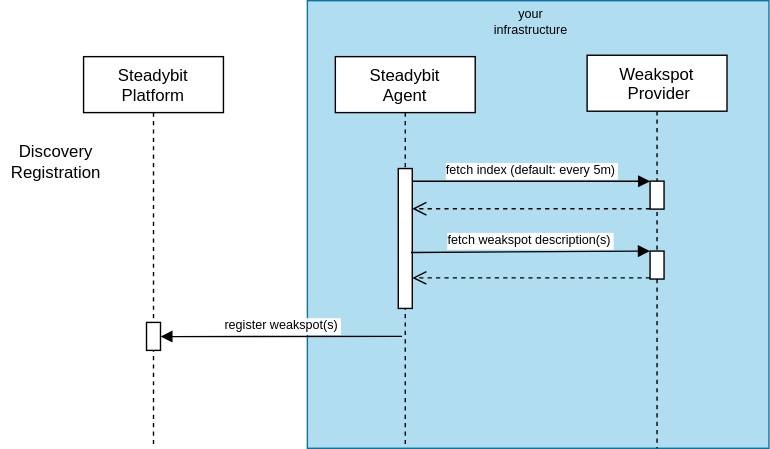
Before: docs/weakspot-flow.svg, a diagram exported from draw.io (steadybit/advice-kit). Source tidied: cells renumbered, new cells last; positions are measured from the earlier drawing's top-left corner, leaving out a move shared by most shapes. The source it was exported from:
```xml
<mxGraphModel>
  <root>
    <mxCell id="0" />
    <mxCell id="1" parent="0" />
    <mxCell id="2" style="whiteSpace=wrap;html=1;labelBackgroundColor=#0000CC;fontSize=9;fillColor=#b1ddf0;strokeColor=#10739e;" parent="1" vertex="1">
      <mxGeometry x="219" width="330" height="320" as="geometry" />
    </mxCell>
    <mxCell id="3" value="Steadybit &#10;Platform" style="shape=umlLifeline;perimeter=lifelinePerimeter;rounded=0;shadow=0;strokeWidth=1;" parent="1" vertex="1">
      <mxGeometry x="59" y="40" width="100" height="280" as="geometry" />
    </mxCell>
    <mxCell id="4" style="perimeter=orthogonalPerimeter;rounded=0;shadow=0;strokeWidth=1;" parent="3" vertex="1">
      <mxGeometry x="45" y="190" width="10" height="20" as="geometry" />
    </mxCell>
    <mxCell id="5" value="Steadybit&#10;Agent" style="shape=umlLifeline;perimeter=lifelinePerimeter;rounded=0;shadow=0;strokeWidth=1;" parent="1" vertex="1">
      <mxGeometry x="239" y="40" width="100" height="280" as="geometry" />
    </mxCell>
    <mxCell id="6" style="points=[];perimeter=orthogonalPerimeter;rounded=0;shadow=0;strokeWidth=1;" parent="5" vertex="1">
      <mxGeometry x="45" y="80" width="10" height="100" as="geometry" />
    </mxCell>
    <mxCell id="7" value="register weakspot(s)" style="verticalAlign=bottom;endArrow=block;shadow=0;strokeWidth=1;exitX=0.477;exitY=0.505;exitDx=0;exitDy=0;exitPerimeter=0;fontSize=9;" parent="5" edge="1">
      <mxGeometry relative="1" as="geometry">
        <mxPoint x="47.7" y="200" as="sourcePoint" />
        <mxPoint x="-125" y="200.1" as="targetPoint" />
      </mxGeometry>
    </mxCell>
    <mxCell id="8" value="fetch index (default: every 5m)" style="verticalAlign=bottom;endArrow=block;shadow=0;strokeWidth=1;entryX=0;entryY=0.004;entryDx=0;entryDy=0;entryPerimeter=0;fontSize=9;" parent="1" edge="1" source="6" target="10">
      <mxGeometry relative="1" as="geometry" />
    </mxCell>
    <mxCell id="9" value="Weakspot&#10; Provider" style="shape=umlLifeline;perimeter=lifelinePerimeter;rounded=0;shadow=0;strokeWidth=1;" parent="1" vertex="1">
      <mxGeometry x="419" y="39" width="100" height="281" as="geometry" />
    </mxCell>
    <mxCell id="10" style="points=[];perimeter=orthogonalPerimeter;rounded=0;shadow=0;strokeWidth=1;" parent="9" vertex="1">
      <mxGeometry x="45" y="90" width="10" height="20" as="geometry" />
    </mxCell>
    <mxCell id="11" style="points=[];perimeter=orthogonalPerimeter;rounded=0;shadow=0;strokeWidth=1;" parent="9" vertex="1">
      <mxGeometry x="45" y="140" width="10" height="20" as="geometry" />
    </mxCell>
    <mxCell id="12" style="verticalAlign=bottom;endArrow=open;dashed=1;endSize=8;shadow=0;strokeWidth=1;exitX=-0.001;exitY=0.987;exitDx=0;exitDy=0;exitPerimeter=0;" parent="1" edge="1" source="10" target="6">
      <mxGeometry relative="1" as="geometry" />
    </mxCell>
    <mxCell id="13" value="fetch weakspot description(s)" style="verticalAlign=bottom;endArrow=block;shadow=0;strokeWidth=1;entryX=-0.015;entryY=-0.001;entryDx=0;entryDy=0;entryPerimeter=0;fontSize=9;exitX=0.9;exitY=0.6;exitDx=0;exitDy=0;exitPerimeter=0;" parent="1" edge="1" source="6" target="11">
      <mxGeometry relative="1" as="geometry" />
    </mxCell>
    <mxCell id="14" style="verticalAlign=bottom;endArrow=open;dashed=1;endSize=8;shadow=0;strokeWidth=1;exitX=0;exitY=0.958;exitDx=0;exitDy=0;exitPerimeter=0;" parent="1" edge="1" source="11" target="6">
      <mxGeometry relative="1" as="geometry" />
    </mxCell>
    <mxCell id="15" value="&lt;font style=&quot;font-size: 12px;&quot;&gt;Discovery Registration&lt;/font&gt;" style="text;html=1;strokeColor=none;fillColor=none;align=center;verticalAlign=middle;whiteSpace=wrap;rounded=0;fontSize=10;" parent="1" vertex="1">
      <mxGeometry y="100" width="79" height="30" as="geometry" />
    </mxCell>
    <mxCell id="16" value="your infrastructure" style="text;html=1;strokeColor=none;fillColor=none;align=center;verticalAlign=middle;whiteSpace=wrap;rounded=0;labelBackgroundColor=none;fontSize=9;" parent="1" vertex="1">
      <mxGeometry x="349" width="60" height="30" as="geometry" />
    </mxCell>
  </root>
</mxGraphModel>
```
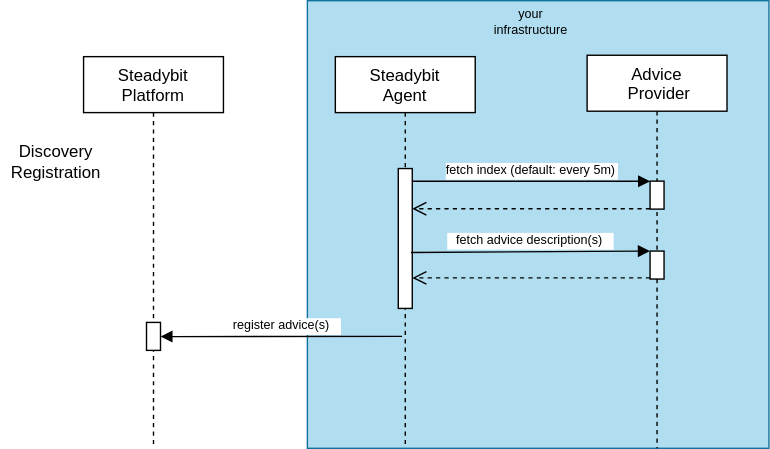
After the commit.

The edit, as a diff of the source:
```diff
@@ -17,7 +17,7 @@
     <mxCell id="6" style="points=[];perimeter=orthogonalPerimeter;rounded=0;shadow=0;strokeWidth=1;" parent="5" vertex="1">
       <mxGeometry x="45" y="80" width="10" height="100" as="geometry" />
     </mxCell>
-    <mxCell id="7" value="register weakspot(s)" style="verticalAlign=bottom;endArrow=block;shadow=0;strokeWidth=1;exitX=0.477;exitY=0.505;exitDx=0;exitDy=0;exitPerimeter=0;fontSize=9;" parent="5" edge="1">
+    <mxCell id="7" value="register advice(s)" style="verticalAlign=bottom;endArrow=block;shadow=0;strokeWidth=1;exitX=0.477;exitY=0.505;exitDx=0;exitDy=0;exitPerimeter=0;fontSize=9;" parent="5" edge="1">
       <mxGeometry relative="1" as="geometry">
         <mxPoint x="47.7" y="200" as="sourcePoint" />
         <mxPoint x="-125" y="200.1" as="targetPoint" />
@@ -26,7 +26,7 @@
     <mxCell id="8" value="fetch index (default: every 5m)" style="verticalAlign=bottom;endArrow=block;shadow=0;strokeWidth=1;entryX=0;entryY=0.004;entryDx=0;entryDy=0;entryPerimeter=0;fontSize=9;" parent="1" edge="1" source="6" target="10">
       <mxGeometry relative="1" as="geometry" />
     </mxCell>
-    <mxCell id="9" value="Weakspot&#10; Provider" style="shape=umlLifeline;perimeter=lifelinePerimeter;rounded=0;shadow=0;strokeWidth=1;" parent="1" vertex="1">
+    <mxCell id="9" value="Advice&#10; Provider" style="shape=umlLifeline;perimeter=lifelinePerimeter;rounded=0;shadow=0;strokeWidth=1;" parent="1" vertex="1">
       <mxGeometry x="419" y="39" width="100" height="281" as="geometry" />
     </mxCell>
     <mxCell id="10" style="points=[];perimeter=orthogonalPerimeter;rounded=0;shadow=0;strokeWidth=1;" parent="9" vertex="1">
@@ -38,7 +38,7 @@
     <mxCell id="12" style="verticalAlign=bottom;endArrow=open;dashed=1;endSize=8;shadow=0;strokeWidth=1;exitX=-0.001;exitY=0.987;exitDx=0;exitDy=0;exitPerimeter=0;" parent="1" edge="1" source="10" target="6">
       <mxGeometry relative="1" as="geometry" />
     </mxCell>
-    <mxCell id="13" value="fetch weakspot description(s)" style="verticalAlign=bottom;endArrow=block;shadow=0;strokeWidth=1;entryX=-0.015;entryY=-0.001;entryDx=0;entryDy=0;entryPerimeter=0;fontSize=9;exitX=0.9;exitY=0.6;exitDx=0;exitDy=0;exitPerimeter=0;" parent="1" edge="1" source="6" target="11">
+    <mxCell id="13" value="fetch advice description(s)" style="verticalAlign=bottom;endArrow=block;shadow=0;strokeWidth=1;entryX=-0.015;entryY=-0.001;entryDx=0;entryDy=0;entryPerimeter=0;fontSize=9;exitX=0.9;exitY=0.6;exitDx=0;exitDy=0;exitPerimeter=0;" parent="1" edge="1" source="6" target="11">
       <mxGeometry relative="1" as="geometry" />
     </mxCell>
     <mxCell id="14" style="verticalAlign=bottom;endArrow=open;dashed=1;endSize=8;shadow=0;strokeWidth=1;exitX=0;exitY=0.958;exitDx=0;exitDy=0;exitPerimeter=0;" parent="1" edge="1" source="11" target="6">
```
